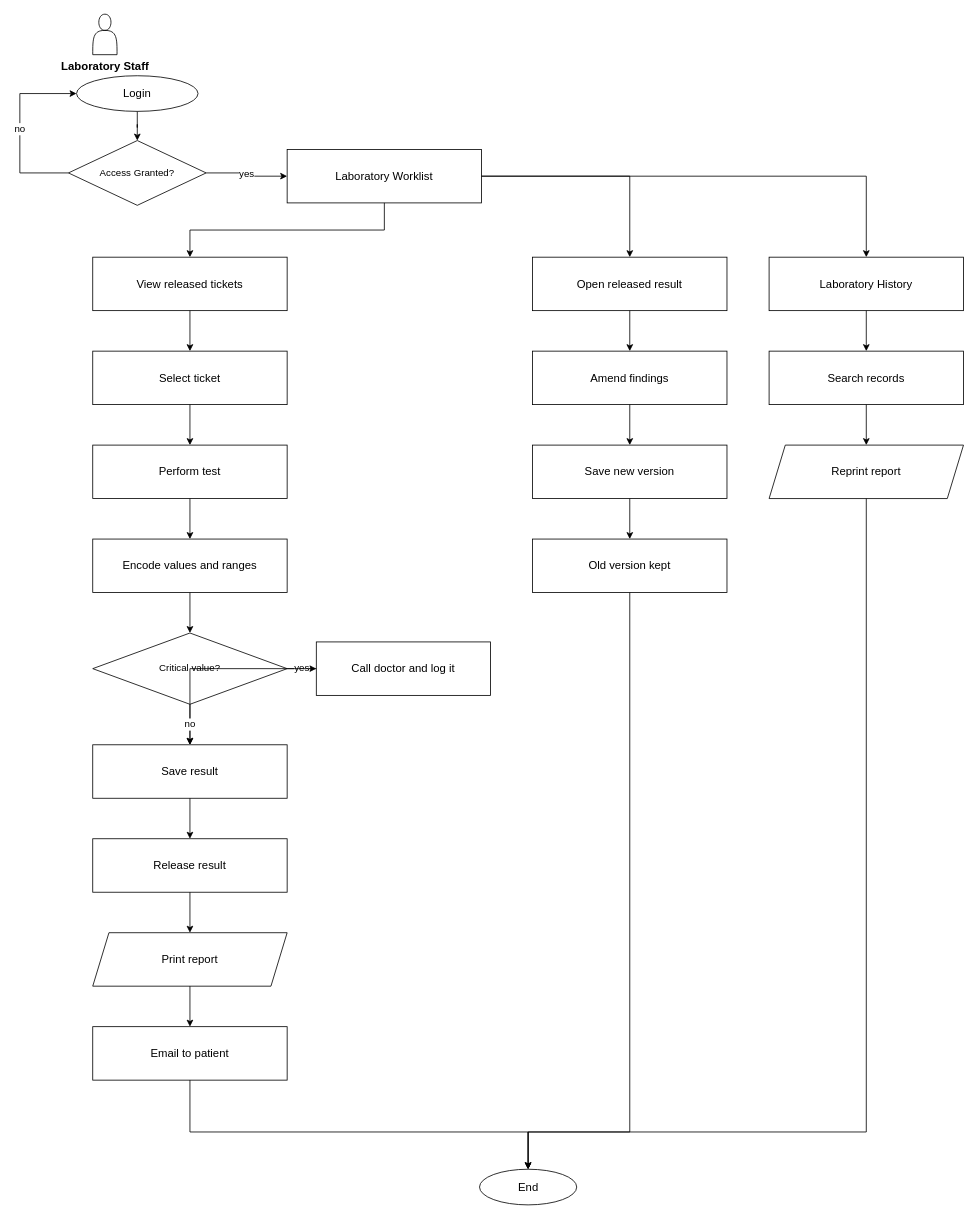
This is page "Laboratory" (5 of 8) of docs/diagrams/flowcharts.drawio from steven23lz/Enlogada-Clinic-Management-System, a draw.io file, before an edit. Source tidied: cells renumbered, new cells numbered last; positions are measured from the earlier drawing's top-left corner, leaving out a move shared by most shapes. Both pictures are drawn from the tidied source at 81%, with x=0, y=0 at pixel (19, 14).
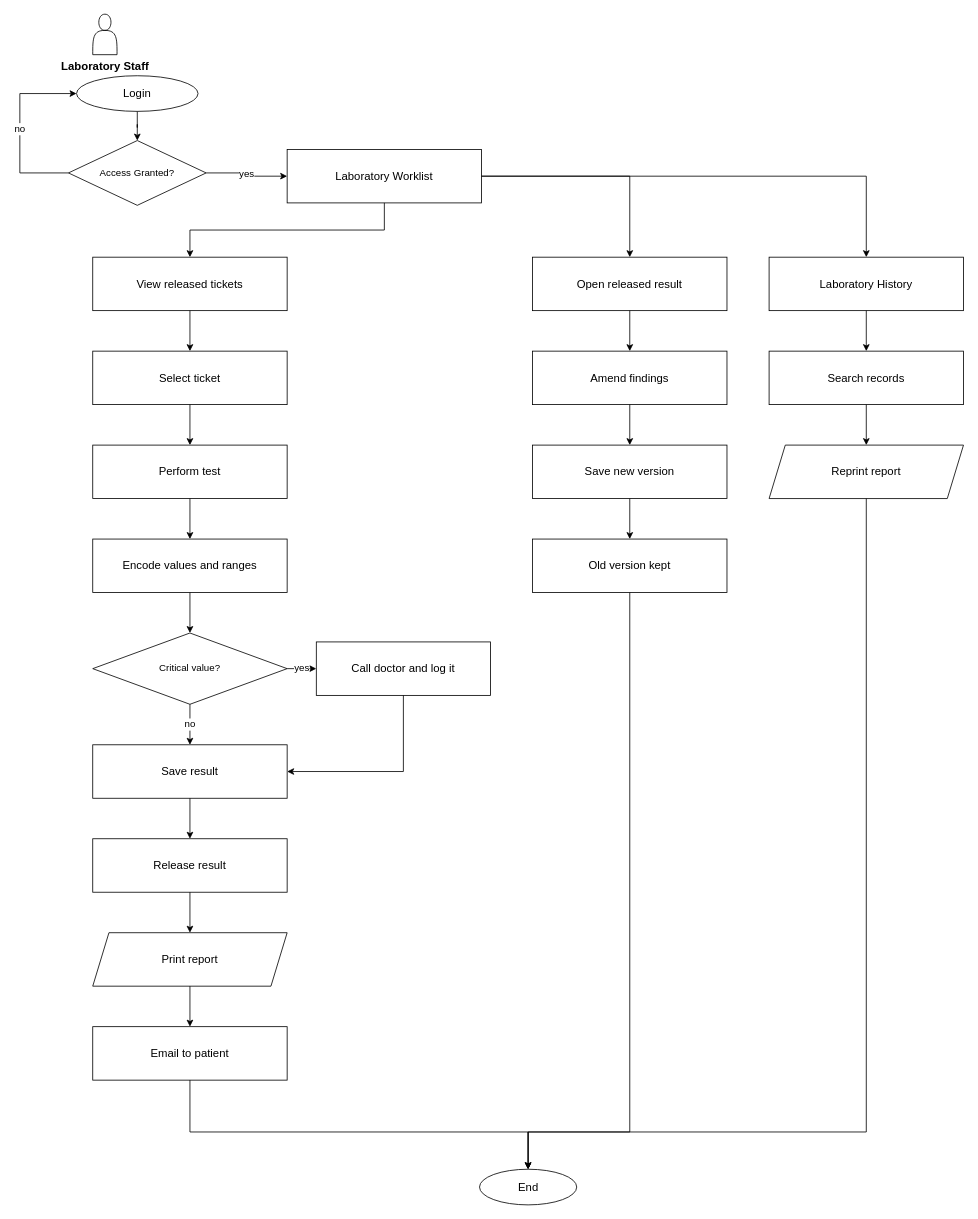
After the change.

Unchanged cells that the change refers to:
```xml
<mxCell id="14" value="Save result" style="rounded=0;whiteSpace=wrap;html=1;fontFamily=Helvetica;fontSize=14;fontColor=#000000;strokeColor=#000000;" parent="1" vertex="1">
  <mxGeometry x="90" y="902" width="240" height="66" as="geometry" />
</mxCell>
<mxCell id="23" value="Call doctor and log it" style="rounded=0;whiteSpace=wrap;html=1;fontFamily=Helvetica;fontSize=14;fontColor=#000000;strokeColor=#000000;" parent="1" vertex="1">
  <mxGeometry x="366" y="775" width="215" height="66" as="geometry" />
</mxCell>
```

Change to the diagram source:
```diff
@@
-    <mxCell id="25" style="edgeStyle=orthogonalEdgeStyle;rounded=0;html=1;jettySize=auto;fontFamily=Helvetica;fontSize=12;fontColor=#000000;strokeColor=#000000;" parent="1" edge="1" source="23" target="14">
+    <mxCell id="25" style="edgeStyle=orthogonalEdgeStyle;rounded=0;html=1;jettySize=auto;fontFamily=Helvetica;fontSize=12;fontColor=#000000;strokeColor=#000000;exitX=0.5;exitY=1;exitDx=0;exitDy=0;entryX=1;entryY=0.5;entryDx=0;entryDy=0;" parent="1" edge="1" source="23" target="14">
       <mxGeometry relative="1" as="geometry" />
     </mxCell>
```
